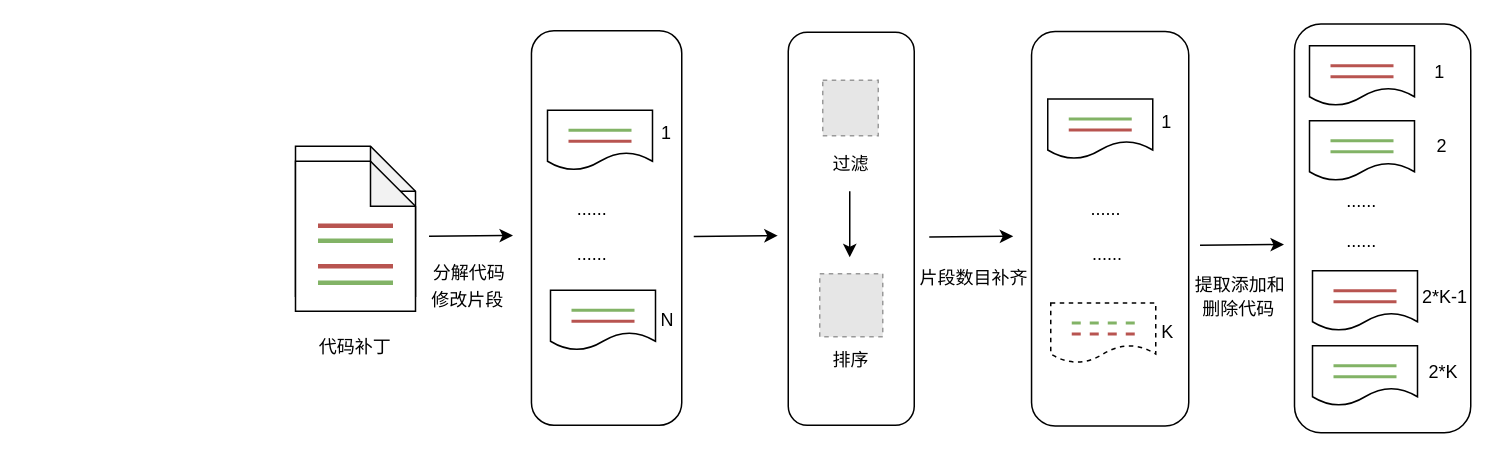
Before: page "codeprocess-new" (7 of 17) of overview.drawio in LxkdGithub/draw.io, a draw.io diagram. Source tidied: cells renumbered, new cells numbered last; positions are measured from the earlier drawing's top-left corner, leaving out a move shared by most shapes. Both pictures are drawn from the tidied source at 150%, with x=0, y=0 at pixel (294, 22). Pictures stored in the file or linked from it are replaced by grey dashed boxes.
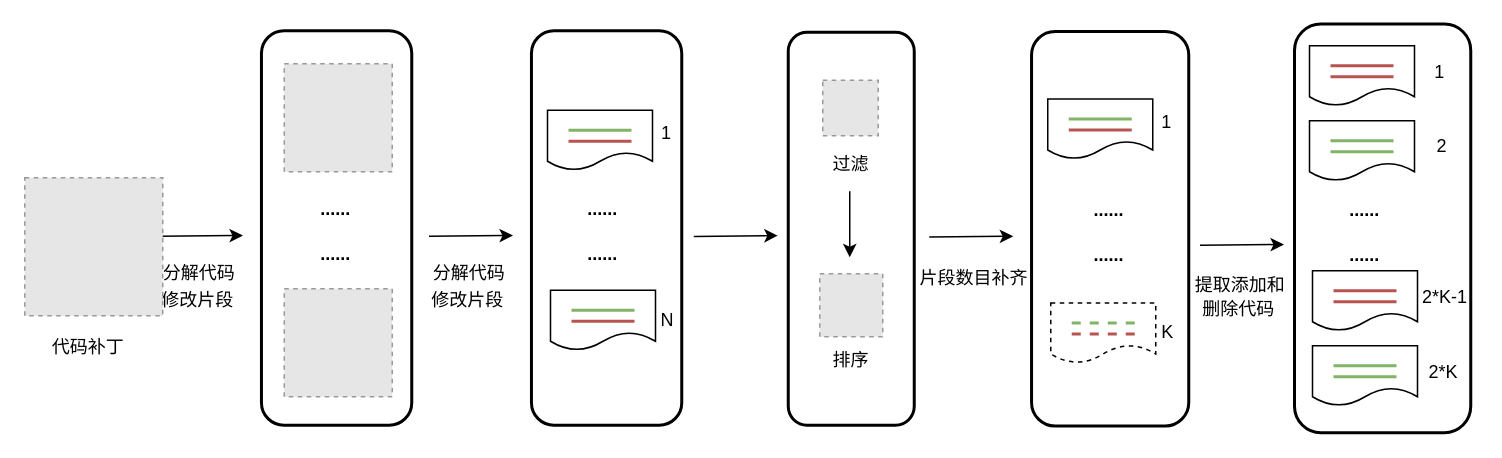
Above is the later version.

Change to the diagram source:
```diff
@@
-    <mxCell id="2" style="rounded=1;" parent="1" vertex="1">
+    <mxCell id="2" style="rounded=1;strokeWidth=2;" parent="1" vertex="1">
       <mxGeometry x="666.5" y="0.5" width="117.5" height="272.5" as="geometry" />
     </mxCell>
-    <mxCell id="3" style="rounded=1;" parent="1" vertex="1">
+    <mxCell id="3" style="rounded=1;strokeWidth=2;" parent="1" vertex="1">
       <mxGeometry x="329" y="6" width="84" height="262" as="geometry" />
     </mxCell>
-    <mxCell id="4" style="rounded=1;" parent="1" vertex="1">
+    <mxCell id="4" style="rounded=1;strokeWidth=2;" parent="1" vertex="1">
       <mxGeometry x="157.8" y="5" width="100.2" height="263" as="geometry" />
     </mxCell>
-    <mxCell id="5" style="shape=note;backgroundOutline=1;darkOpacity=0.05;" parent="1" vertex="1">
-      <mxGeometry x="0.5" y="82" width="80" height="100" as="geometry" />
-    </mxCell>
-    <mxCell id="6" style="shape=note;backgroundOutline=1;darkOpacity=0.05;" parent="1" vertex="1">
-      <mxGeometry x="0.5" y="92" width="80" height="100" as="geometry" />
-    </mxCell>
@@
-    <mxCell id="15" value="......" style="text;strokeColor=none;fillColor=none;align=center;verticalAlign=middle;rounded=0;" parent="1" vertex="1">
-      <mxGeometry x="683.2" y="108" width="56.8" height="20" as="geometry" />
-    </mxCell>
@@
     <mxCell id="23" value="代码补丁" style="text;align=center;verticalAlign=middle;strokeColor=none;fillColor=none;" parent="1" vertex="1">
-      <mxGeometry x="7.5" y="202" width="66" height="26" as="geometry" />
+      <mxGeometry x="-170.5" y="202" width="66" height="26" as="geometry" />
     </mxCell>
-    <mxCell id="24" style="endArrow=none;rounded=1;strokeWidth=3;fillColor=#f8cecc;strokeColor=#b85450;" parent="1" edge="1">
-      <mxGeometry relative="1" as="geometry">
-        <mxPoint x="15.5" y="135" as="sourcePoint" />
-        <mxPoint x="65.5" y="135" as="targetPoint" />
-      </mxGeometry>
-    </mxCell>
-    <mxCell id="25" style="endArrow=none;rounded=1;strokeWidth=3;fillColor=#d5e8d4;strokeColor=#82b366;" parent="1" edge="1">
-      <mxGeometry relative="1" as="geometry">
-        <mxPoint x="15.5" y="145" as="sourcePoint" />
-        <mxPoint x="65.5" y="145" as="targetPoint" />
-      </mxGeometry>
-    </mxCell>
-    <mxCell id="26" style="endArrow=none;rounded=1;strokeWidth=3;fillColor=#f8cecc;strokeColor=#b85450;" parent="1" edge="1">
-      <mxGeometry relative="1" as="geometry">
-        <mxPoint x="15.5" y="162" as="sourcePoint" />
-        <mxPoint x="65.5" y="162" as="targetPoint" />
-      </mxGeometry>
-    </mxCell>
-    <mxCell id="27" style="endArrow=none;rounded=1;strokeWidth=3;fillColor=#d5e8d4;strokeColor=#82b366;" parent="1" edge="1">
-      <mxGeometry relative="1" as="geometry">
-        <mxPoint x="15.5" y="173" as="sourcePoint" />
-        <mxPoint x="65.5" y="173" as="targetPoint" />
-      </mxGeometry>
-    </mxCell>
@@
-    <mxCell id="40" value="......" style="text;strokeColor=none;fillColor=none;align=center;verticalAlign=middle;rounded=0;" parent="1" vertex="1">
-      <mxGeometry x="168.5" y="108" width="60" height="30" as="geometry" />
-    </mxCell>
-    <mxCell id="41" value="......" style="text;strokeColor=none;fillColor=none;align=center;verticalAlign=middle;rounded=0;" parent="1" vertex="1">
-      <mxGeometry x="168.5" y="138" width="60" height="30" as="geometry" />
-    </mxCell>
@@
-    <mxCell id="52" style="rounded=1;" parent="1" vertex="1">
+    <mxCell id="52" style="rounded=1;strokeWidth=2;" parent="1" vertex="1">
       <mxGeometry x="491.2" y="5.5" width="104.8" height="263" as="geometry" />
     </mxCell>
@@
-    <mxCell id="60" value="......" style="text;strokeColor=none;fillColor=none;align=center;verticalAlign=middle;rounded=0;" parent="1" vertex="1">
-      <mxGeometry x="511" y="108.5" width="60" height="30" as="geometry" />
-    </mxCell>
-    <mxCell id="61" value="......" style="text;strokeColor=none;fillColor=none;align=center;verticalAlign=middle;rounded=0;" parent="1" vertex="1">
-      <mxGeometry x="512" y="138.5" width="60" height="30" as="geometry" />
-    </mxCell>
@@
-    <mxCell id="66" value="......" style="text;strokeColor=none;fillColor=none;align=center;verticalAlign=middle;rounded=0;" parent="1" vertex="1">
-      <mxGeometry x="683.2" y="134.5" width="56.8" height="20" as="geometry" />
-    </mxCell>
@@
+    <mxCell id="69" style="rounded=1;strokeWidth=2;" parent="1" vertex="1">
+      <mxGeometry x="-22.2" y="5" width="100.2" height="263" as="geometry" />
+    </mxCell>
+    <mxCell id="70" style="endArrow=classic;rounded=0;" parent="1" edge="1">
+      <mxGeometry relative="1" as="geometry">
+        <mxPoint x="-90.5" y="142" as="sourcePoint" />
+        <mxPoint x="-34.5" y="141.5" as="targetPoint" />
+      </mxGeometry>
+    </mxCell>
+    <mxCell id="71" value="分解代码" style="text;strokeColor=none;fillColor=none;align=center;verticalAlign=middle;rounded=0;" parent="1" vertex="1">
+      <mxGeometry x="-93.5" y="151" width="60" height="30" as="geometry" />
+    </mxCell>
+    <mxCell id="72" value="......" style="text;strokeColor=none;fillColor=none;align=center;verticalAlign=middle;rounded=0;strokeWidth=1;fontStyle=1;" parent="1" vertex="1">
+      <mxGeometry x="-2.5" y="108" width="60" height="30" as="geometry" />
+    </mxCell>
+    <mxCell id="73" value="......" style="text;strokeColor=none;fillColor=none;align=center;verticalAlign=middle;rounded=0;strokeWidth=1;fontStyle=1;" parent="1" vertex="1">
+      <mxGeometry x="-2.5" y="138" width="60" height="30" as="geometry" />
+    </mxCell>
+    <mxCell id="74" value="修改片段" style="text;align=center;verticalAlign=middle;strokeColor=none;fillColor=none;" parent="1" vertex="1">
+      <mxGeometry x="-97.5" y="171" width="66" height="26" as="geometry" />
+    </mxCell>
+    <mxCell id="75" style="fillColor=#E6E6E6;strokeColor=#999999;dashed=1;verticalLabelPosition=bottom;labelBackgroundColor=default;verticalAlign=top;" parent="1" vertex="1">
+      <mxGeometry x="-180" y="103" width="92" height="92" as="geometry" />
+    </mxCell>
+    <mxCell id="76" style="fillColor=#E6E6E6;strokeColor=#999999;dashed=1;verticalLabelPosition=bottom;labelBackgroundColor=default;verticalAlign=top;" parent="1" vertex="1">
+      <mxGeometry x="-7" y="27" width="72" height="72" as="geometry" />
+    </mxCell>
+    <mxCell id="77" style="fillColor=#E6E6E6;strokeColor=#999999;dashed=1;verticalLabelPosition=bottom;labelBackgroundColor=default;verticalAlign=top;" parent="1" vertex="1">
+      <mxGeometry x="-7" y="177" width="72" height="72" as="geometry" />
+    </mxCell>
+    <mxCell id="78" value="......" style="text;strokeColor=none;fillColor=none;align=center;verticalAlign=middle;rounded=0;strokeWidth=1;fontStyle=1;" parent="1" vertex="1">
+      <mxGeometry x="175.5" y="108" width="60" height="30" as="geometry" />
+    </mxCell>
+    <mxCell id="79" value="......" style="text;strokeColor=none;fillColor=none;align=center;verticalAlign=middle;rounded=0;strokeWidth=1;fontStyle=1;" parent="1" vertex="1">
+      <mxGeometry x="175.5" y="138" width="60" height="30" as="geometry" />
+    </mxCell>
+    <mxCell id="80" value="......" style="text;strokeColor=none;fillColor=none;align=center;verticalAlign=middle;rounded=0;strokeWidth=1;fontStyle=1;" parent="1" vertex="1">
+      <mxGeometry x="513" y="109" width="60" height="30" as="geometry" />
+    </mxCell>
+    <mxCell id="81" value="......" style="text;strokeColor=none;fillColor=none;align=center;verticalAlign=middle;rounded=0;strokeWidth=1;fontStyle=1;" parent="1" vertex="1">
+      <mxGeometry x="513" y="139" width="60" height="30" as="geometry" />
+    </mxCell>
+    <mxCell id="82" value="......" style="text;strokeColor=none;fillColor=none;align=center;verticalAlign=middle;rounded=0;strokeWidth=1;fontStyle=1;" parent="1" vertex="1">
+      <mxGeometry x="683.5" y="109" width="60" height="30" as="geometry" />
+    </mxCell>
+    <mxCell id="83" value="......" style="text;strokeColor=none;fillColor=none;align=center;verticalAlign=middle;rounded=0;strokeWidth=1;fontStyle=1;" parent="1" vertex="1">
+      <mxGeometry x="683.5" y="139" width="60" height="30" as="geometry" />
+    </mxCell>
```
